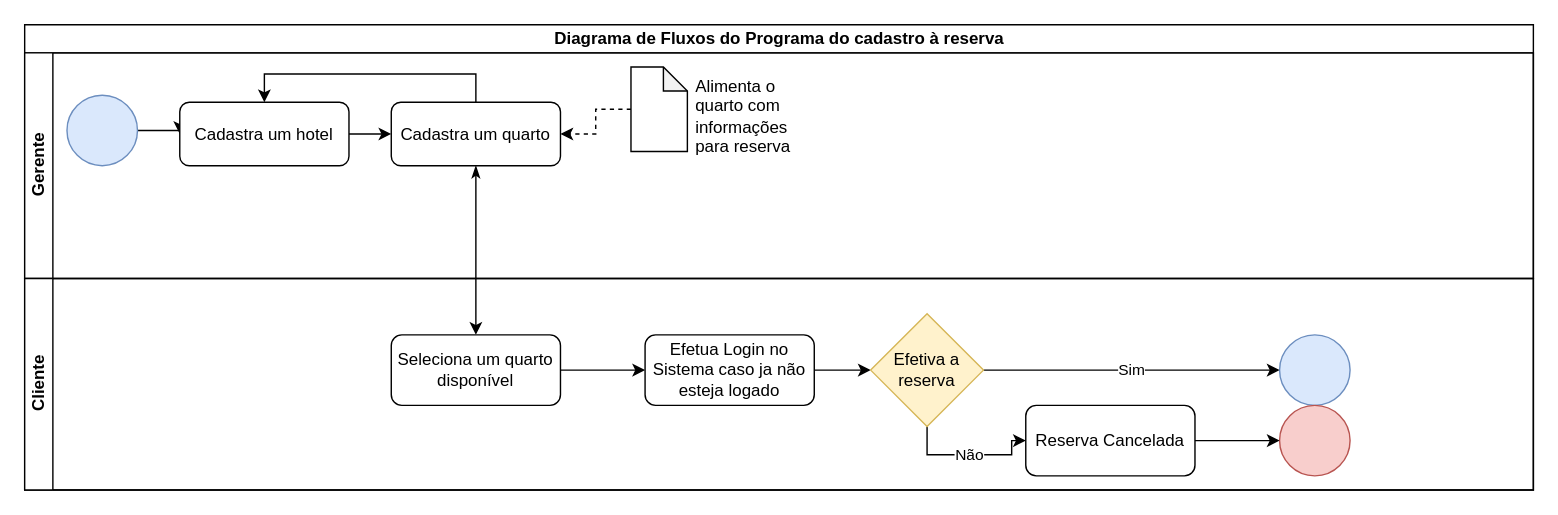
Earlier version of the draw.io diagram Diagrama de fluxos.drawio (givanildojteixeira/dpdm-m7). Source tidied: cells renumbered, new cells numbered last; positions are measured from the earlier drawing's top-left corner, leaving out a move shared by most shapes. Both pictures are drawn from the tidied source at 141%, with x=0, y=0 at pixel (24, 24).
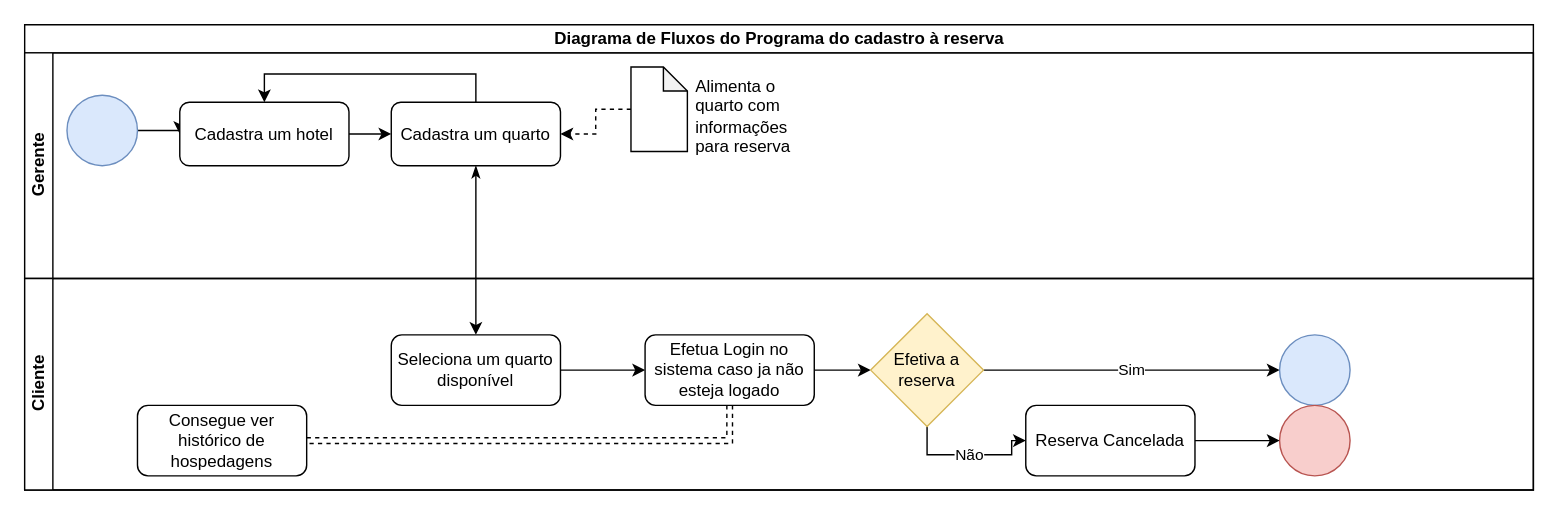
The same diagram, later.

Commit message:
Inserido histórico

The change refers to these unchanged cells:
```xml
<mxCell id="14" value="Cliente" style="swimlane;startSize=20;horizontal=0;html=1;" parent="2" vertex="1">
  <mxGeometry y="180" width="1070" height="150" as="geometry" />
</mxCell>
```

The edit, as a diff of the source:
```diff
@@
-    <mxCell id="18" value="Efetua Login no Sistema caso ja não esteja logado" style="rounded=1;whiteSpace=wrap;html=1;fontSize=12;glass=0;strokeWidth=1;shadow=0;" parent="14" vertex="1">
+    <mxCell id="18" value="Efetua Login no sistema caso ja não esteja logado" style="rounded=1;whiteSpace=wrap;html=1;fontSize=12;glass=0;strokeWidth=1;shadow=0;" parent="14" vertex="1">
       <mxGeometry x="440" y="40" width="120" height="50" as="geometry" />
     </mxCell>
@@
+    <mxCell id="26" style="edgeStyle=orthogonalEdgeStyle;rounded=0;jettySize=auto;html=1;exitX=1;exitY=0.5;exitDx=0;exitDy=0;entryX=0.5;entryY=1;entryDx=0;entryDy=0;endArrow=classic;endFill=1;jumpStyle=none;dashed=1;shape=link;" parent="14" edge="1" source="27" target="18">
+      <mxGeometry relative="1" as="geometry" />
+    </mxCell>
+    <mxCell id="27" value="Consegue ver histórico de hospedagens" style="rounded=1;whiteSpace=wrap;html=1;fontSize=12;glass=0;strokeWidth=1;shadow=0;" parent="14" vertex="1">
+      <mxGeometry x="80" y="90" width="120" height="50" as="geometry" />
+    </mxCell>
```
